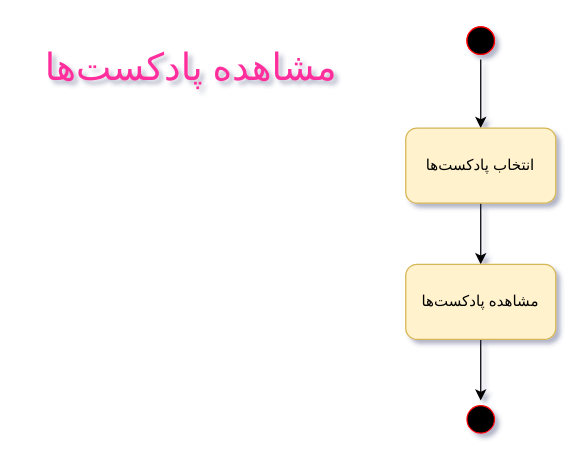
Earlier version of the draw.io diagram page "مشاهده‌ پادکست‌ها" (1 of 20) of Sequence Diagram/SequenceDiagram.drawio (Matinrezaei/Software-Lab). Source tidied: cells renumbered, new cells numbered last; positions are measured from the earlier drawing's top-left corner, leaving out a move shared by most shapes. Both pictures are drawn from the tidied source at 125%, with x=0, y=0 at pixel (21, 21).
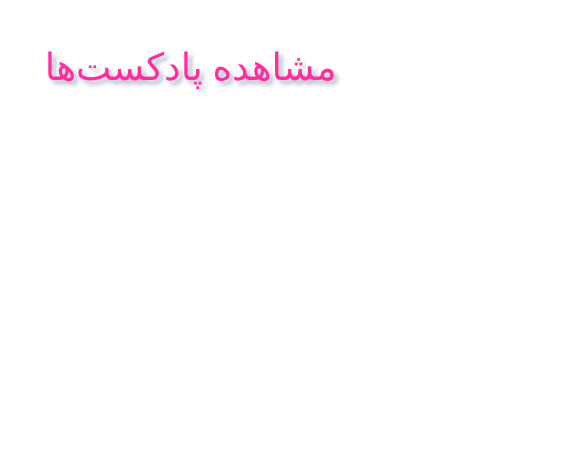
The same page after the edit.

The edit, as a diff of the source:
```diff
@@
 <mxGraphModel background="#ffffff" shadow="1">
   <root>
     <mxCell id="0" />
     <mxCell id="1" parent="0" />
-    <mxCell id="2" style="ellipse;html=1;shape=startState;fillColor=#000000;strokeColor=#ff0000;" parent="1" vertex="1">
-      <mxGeometry x="352.1" width="30" height="30" as="geometry" />
-    </mxCell>
-    <mxCell id="3" style="edgeStyle=orthogonalEdgeStyle;rounded=0;jettySize=auto;html=1;entryX=0.5;entryY=0;entryDx=0;entryDy=0;" parent="1" edge="1" source="4" target="6">
-      <mxGeometry relative="1" as="geometry" />
-    </mxCell>
-    <mxCell id="4" style="ellipse;html=1;shape=startState;fillColor=#000000;strokeColor=#ff0000;" parent="1" vertex="1">
-      <mxGeometry x="352.1" width="30" height="30" as="geometry" />
-    </mxCell>
-    <mxCell id="5" style="edgeStyle=orthogonalEdgeStyle;rounded=0;jettySize=auto;html=1;entryX=0.5;entryY=0;entryDx=0;entryDy=0;" parent="1" edge="1" source="6" target="8">
-      <mxGeometry relative="1" as="geometry" />
-    </mxCell>
-    <mxCell id="6" value="انتخاب پادکست‌ها" style="rounded=1;whiteSpace=wrap;html=1;fillColor=#fff2cc;strokeColor=#d6b656;" parent="1" vertex="1">
-      <mxGeometry x="307.1" y="85" width="120" height="60" as="geometry" />
-    </mxCell>
-    <mxCell id="7" style="edgeStyle=orthogonalEdgeStyle;rounded=0;jettySize=auto;html=1;" parent="1" edge="1" source="8" target="9">
-      <mxGeometry relative="1" as="geometry" />
-    </mxCell>
-    <mxCell id="8" value="مشاهده پادکست‌ها" style="rounded=1;whiteSpace=wrap;html=1;fillColor=#fff2cc;strokeColor=#d6b656;" parent="1" vertex="1">
-      <mxGeometry x="307.1" y="194" width="120" height="60" as="geometry" />
-    </mxCell>
-    <mxCell id="9" style="ellipse;html=1;shape=startState;fillColor=#000000;strokeColor=#ff0000;" parent="1" vertex="1">
-      <mxGeometry x="352.1" y="303" width="30" height="30" as="geometry" />
-    </mxCell>
     <mxCell id="10" value="&lt;font style=&quot;font-size: 30px;&quot; color=&quot;#ff2e9d&quot; face=&quot;Tahoma&quot;&gt;مشاهده‌ پادکست‌ها&lt;/font&gt;&lt;font style=&quot;font-size: 30px;&quot; color=&quot;#ff2e9d&quot; face=&quot;Tahoma&quot;&gt;&lt;br&gt;&lt;/font&gt;" style="text;html=1;align=center;verticalAlign=middle;strokeColor=none;fillColor=none;" parent="1" vertex="1">
       <mxGeometry y="11" width="269" height="48" as="geometry" />
     </mxCell>
   </root>
 </mxGraphModel>
```
